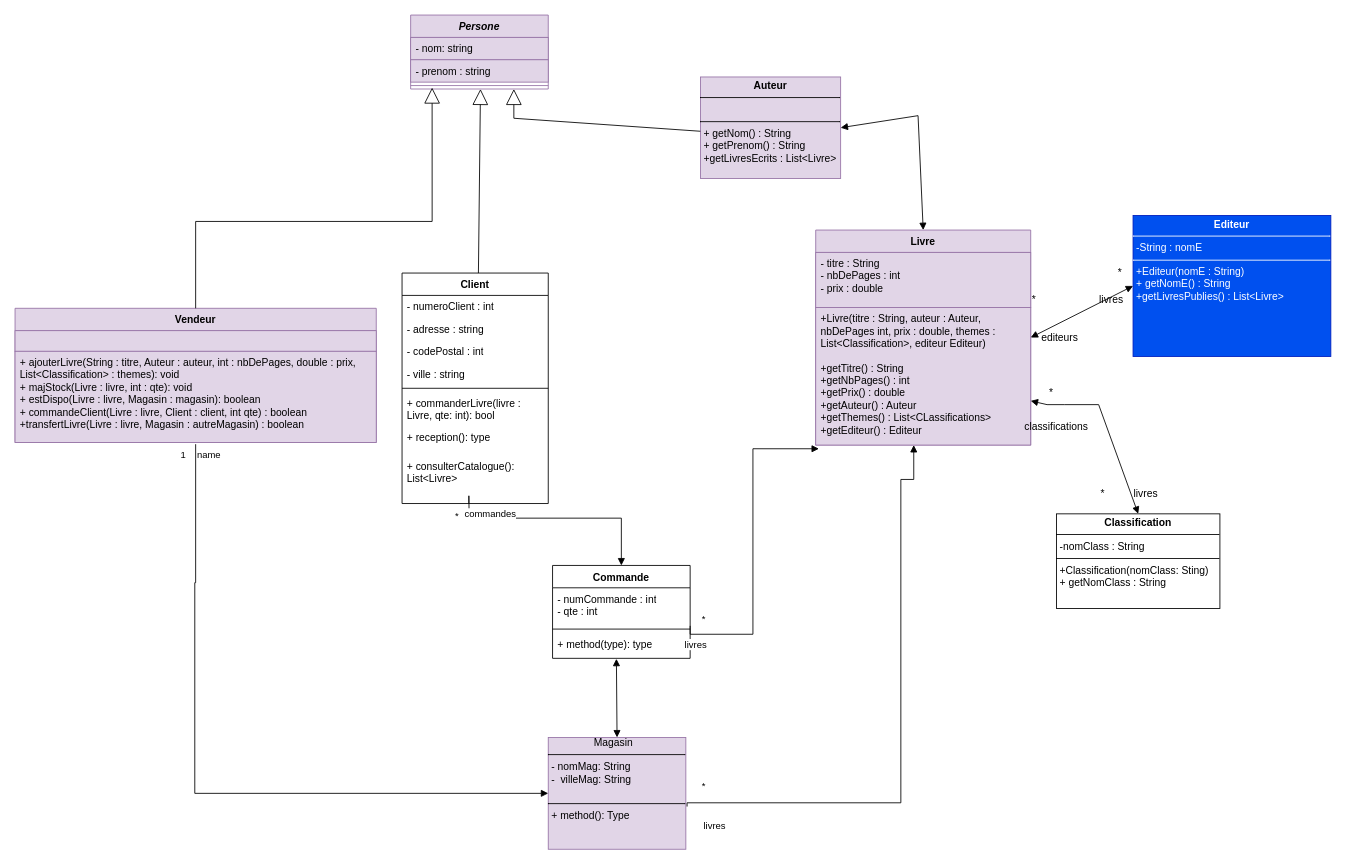
Above: diagrammedeclasse.drawio in NolhanDolou/SAE_JAVA (draw.io), before the change. Source tidied: cells renumbered, new cells numbered last; positions are measured from the earlier drawing's top-left corner, leaving out a move shared by most shapes. Both pictures are drawn from the tidied source at 86%, with x=0, y=0 at pixel (15, 15).
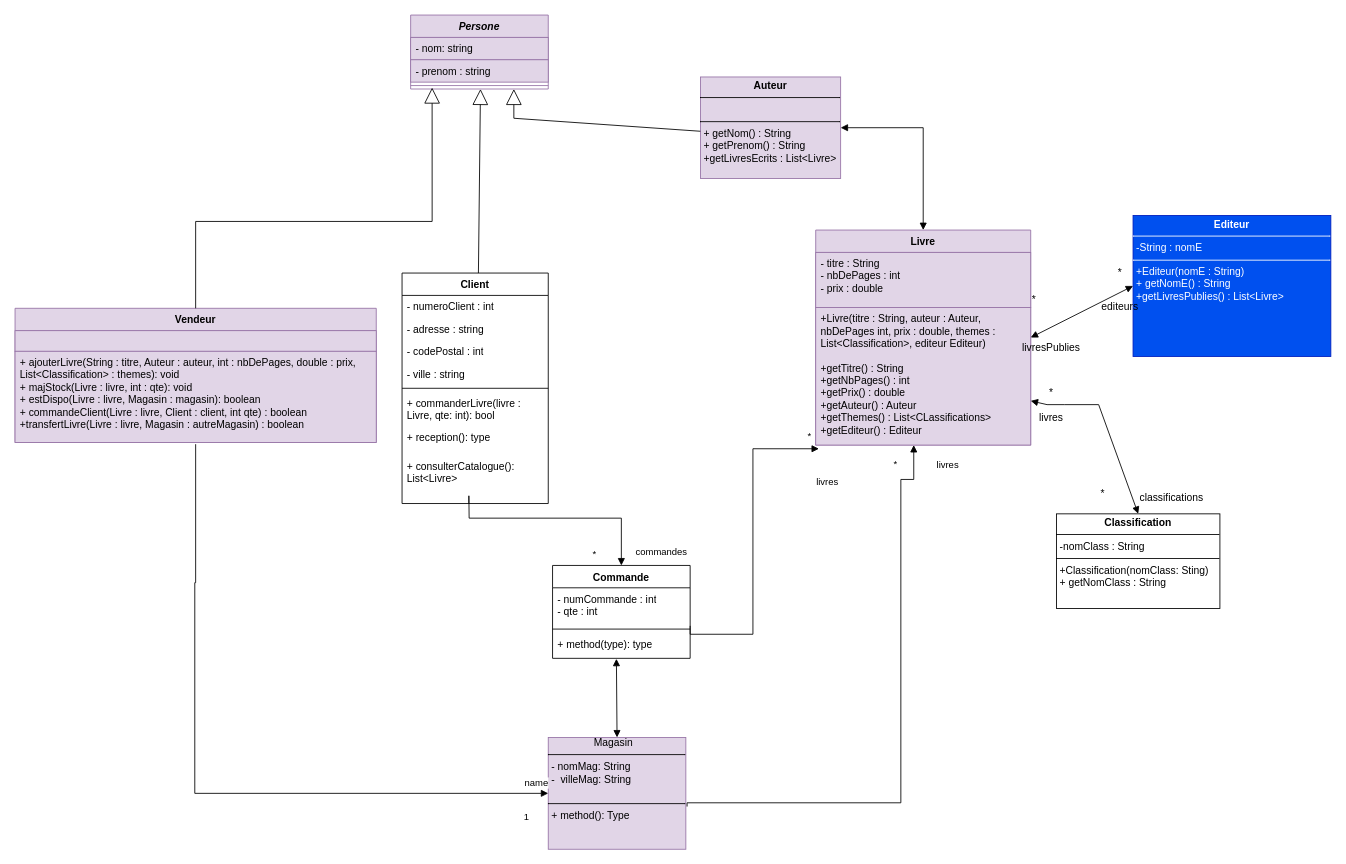
After the change.

Unchanged cells that the change refers to:
```xml
<mxCell id="14" value="+ consulterCatalogue(): List&amp;lt;Livre&amp;gt;" style="text;strokeColor=none;fillColor=none;align=left;verticalAlign=top;spacingLeft=4;spacingRight=4;overflow=hidden;points=[[0,0.5],[1,0.5]];portConstraint=eastwest;whiteSpace=wrap;html=1;" parent="6" vertex="1">
  <mxGeometry y="212" width="170" height="56" as="geometry" />
</mxCell>
<mxCell id="18" value="Livre" style="swimlane;fontStyle=1;align=center;verticalAlign=top;horizontal=1;startSize=26;whiteSpace=wrap;html=1;fillColor=#e1d5e7;strokeColor=#9673a6;" parent="1" vertex="1">
  <mxGeometry x="931" y="250" width="250" height="250" as="geometry" />
</mxCell>
<mxCell id="20" value="&lt;div&gt;+Livre(titre : String, auteur : Auteur, nbDePages int, prix : double, themes : List&amp;lt;Classification&amp;gt;, editeur Editeur)&lt;/div&gt;&lt;div&gt;&lt;br&gt;&lt;/div&gt;&lt;div&gt;+getTitre() : String&lt;/div&gt;&lt;div&gt;+getNbPages() : int&lt;/div&gt;&lt;div&gt;+getPrix() : double&lt;/div&gt;&lt;div&gt;+getAuteur() : Auteur&lt;/div&gt;&lt;div&gt;+getThemes() : List&amp;lt;CLassifications&amp;gt;&lt;/div&gt;&lt;div&gt;+getEditeur() : Editeur&lt;/div&gt;&lt;div&gt;&lt;br&gt;&lt;/div&gt;" style="text;strokeColor=#9673a6;fillColor=#e1d5e7;align=left;verticalAlign=top;spacingLeft=4;spacingRight=4;overflow=hidden;points=[[0,0.5],[1,0.5]];portConstraint=eastwest;whiteSpace=wrap;html=1;" parent="18" vertex="1">
  <mxGeometry y="90" width="250" height="160" as="geometry" />
</mxCell>
<mxCell id="21" value="Commande" style="swimlane;fontStyle=1;align=center;verticalAlign=top;horizontal=1;startSize=26;whiteSpace=wrap;html=1;" parent="1" vertex="1">
  <mxGeometry x="625" y="640" width="160" height="108" as="geometry" />
</mxCell>
<mxCell id="22" value="&lt;div&gt;- numCommande : int&lt;/div&gt;&lt;div&gt;- qte : int&lt;/div&gt;" style="text;strokeColor=none;fillColor=none;align=left;verticalAlign=top;spacingLeft=4;spacingRight=4;overflow=hidden;points=[[0,0.5],[1,0.5]];portConstraint=eastwest;whiteSpace=wrap;html=1;" parent="21" vertex="1">
  <mxGeometry y="26" width="160" height="44" as="geometry" />
</mxCell>
<mxCell id="27" value="&lt;div&gt;&lt;span style=&quot;white-space: pre;&quot;&gt;&#9;&lt;/span&gt;&lt;span style=&quot;white-space: pre;&quot;&gt;&#9;&lt;/span&gt;Magasin&lt;/div&gt;&lt;hr size=&quot;1&quot; style=&quot;border-style:solid;&quot;&gt;&lt;p style=&quot;margin:0px;margin-left:4px;&quot;&gt;- nomMag: String&lt;/p&gt;&lt;p style=&quot;margin:0px;margin-left:4px;&quot;&gt;-&amp;nbsp; villeMag: String&lt;/p&gt;&lt;p style=&quot;margin:0px;margin-left:4px;&quot;&gt;&lt;br&gt;&lt;/p&gt;&lt;hr size=&quot;1&quot; style=&quot;border-style:solid;&quot;&gt;&lt;p style=&quot;margin:0px;margin-left:4px;&quot;&gt;+ method(): Type&lt;/p&gt;" style="verticalAlign=top;align=left;overflow=fill;html=1;whiteSpace=wrap;fillColor=#e1d5e7;strokeColor=#9673a6;" parent="1" vertex="1">
  <mxGeometry x="620" y="840" width="160" height="130" as="geometry" />
</mxCell>
<mxCell id="28" value="&lt;p style=&quot;margin:0px;margin-top:4px;text-align:center;&quot;&gt;&lt;b&gt;Auteur&lt;/b&gt;&lt;/p&gt;&lt;hr size=&quot;1&quot; style=&quot;border-style:solid;&quot;&gt;&lt;br&gt;&lt;hr size=&quot;1&quot; style=&quot;border-style:solid;&quot;&gt;&lt;p style=&quot;margin:0px;margin-left:4px;&quot;&gt;+ getNom() : String &lt;br&gt;&lt;/p&gt;&lt;p style=&quot;margin:0px;margin-left:4px;&quot;&gt;+ getPrenom() : String&lt;/p&gt;&lt;p style=&quot;margin:0px;margin-left:4px;&quot;&gt;+getLivresEcrits : List&amp;lt;Livre&amp;gt;&lt;/p&gt;" style="verticalAlign=top;align=left;overflow=fill;html=1;whiteSpace=wrap;fillColor=#e1d5e7;strokeColor=#9673a6;" parent="1" vertex="1">
  <mxGeometry x="797" y="72" width="163" height="118" as="geometry" />
</mxCell>
```

Change to the diagram source:
```diff
@@
     <mxCell id="25" value="commandes" style="endArrow=block;endFill=1;html=1;edgeStyle=orthogonalEdgeStyle;align=left;verticalAlign=top;rounded=0;entryX=0.5;entryY=0;entryDx=0;entryDy=0;exitX=0.457;exitY=0.998;exitDx=0;exitDy=0;exitPerimeter=0;" parent="1" edge="1" source="14" target="21">
-      <mxGeometry x="-0.99" y="7" relative="1" as="geometry">
+      <mxGeometry x="0.78" y="15" relative="1" as="geometry">
         <Array as="points">
           <mxPoint x="528" y="559" />
           <mxPoint x="528" y="559" />
           <mxPoint x="528" y="585" />
           <mxPoint x="705" y="585" />
         </Array>
       </mxGeometry>
     </mxCell>
     <mxCell id="26" value="*" style="edgeLabel;html=1;align=left;verticalAlign=bottom;" parent="25" vertex="1">
       <mxGeometry x="-1" relative="1" as="geometry">
-        <mxPoint x="-18" y="23" as="offset" />
+        <mxPoint x="142" y="67" as="offset" />
       </mxGeometry>
     </mxCell>
@@
     <mxCell id="29" style="endArrow=block;startArrow=block;endFill=1;startFill=1;html=1;rounded=0;entryX=0.5;entryY=0;entryDx=0;entryDy=0;exitX=1;exitY=0.5;exitDx=0;exitDy=0;" parent="1" edge="1" source="28" target="18">
       <mxGeometry relative="1" as="geometry">
         <Array as="points">
-          <mxPoint x="1050" y="117" />
+          <mxPoint x="1056" y="131" />
         </Array>
       </mxGeometry>
     </mxCell>
@@
     <mxCell id="39" value="name" style="endArrow=block;endFill=1;html=1;edgeStyle=orthogonalEdgeStyle;align=left;verticalAlign=top;rounded=0;entryX=0;entryY=0.5;entryDx=0;entryDy=0;" parent="1" edge="1" target="27">
-      <mxGeometry x="-1" relative="1" as="geometry">
+      <mxGeometry x="0.93" y="25" relative="1" as="geometry">
         <mxPoint x="210" y="499" as="sourcePoint" />
         <Array as="points">
           <mxPoint x="210" y="660" />
           <mxPoint x="209" y="660" />
           <mxPoint x="209" y="905" />
         </Array>
       </mxGeometry>
     </mxCell>
     <mxCell id="40" value="1" style="edgeLabel;html=1;align=left;verticalAlign=bottom;" parent="39" vertex="1">
       <mxGeometry x="-1" relative="1" as="geometry">
-        <mxPoint x="-19" y="21" as="offset" />
+        <mxPoint x="380" y="441" as="offset" />
       </mxGeometry>
     </mxCell>
     <mxCell id="41" value="livres" style="endArrow=block;endFill=1;html=1;edgeStyle=orthogonalEdgeStyle;align=left;verticalAlign=top;rounded=0;exitX=1;exitY=1.005;exitDx=0;exitDy=0;exitPerimeter=0;entryX=0.015;entryY=1.027;entryDx=0;entryDy=0;entryPerimeter=0;" parent="1" edge="1" source="22" target="20">
-      <mxGeometry x="-0.95" y="-8" relative="1" as="geometry" />
+      <mxGeometry x="0.97" y="-26" relative="1" as="geometry" />
     </mxCell>
     <mxCell id="42" value="*" style="edgeLabel;html=1;align=left;verticalAlign=bottom;" parent="41" vertex="1">
       <mxGeometry x="-1" relative="1" as="geometry">
-        <mxPoint x="12" as="offset" />
+        <mxPoint x="135" y="-213" as="offset" />
       </mxGeometry>
     </mxCell>
     <mxCell id="43" value="livres" style="endArrow=block;endFill=1;html=1;edgeStyle=orthogonalEdgeStyle;align=left;verticalAlign=top;rounded=0;exitX=1.009;exitY=0.618;exitDx=0;exitDy=0;exitPerimeter=0;" parent="1" edge="1" source="27">
-      <mxGeometry x="-0.94" y="-14" relative="1" as="geometry">
+      <mxGeometry x="0.97" y="-25" relative="1" as="geometry">
         <mxPoint x="1045" y="500" as="targetPoint" />
         <Array as="points">
           <mxPoint x="781" y="916" />
           <mxPoint x="1030" y="916" />
           <mxPoint x="1030" y="540" />
           <mxPoint x="1045" y="540" />
         </Array>
-        <mxPoint x="1" as="offset" />
       </mxGeometry>
     </mxCell>
     <mxCell id="44" value="&lt;div&gt;*&lt;/div&gt;" style="edgeLabel;html=1;align=left;verticalAlign=bottom;" parent="43" vertex="1">
       <mxGeometry x="-1" relative="1" as="geometry">
-        <mxPoint x="16" y="-15" as="offset" />
+        <mxPoint x="239" y="-390" as="offset" />
       </mxGeometry>
     </mxCell>
@@
     <mxCell id="47" value="editeurs" style="text;html=1;align=center;verticalAlign=middle;whiteSpace=wrap;rounded=0;" parent="1" vertex="1">
-      <mxGeometry x="1200" y="365" width="30" height="20" as="geometry" />
+      <mxGeometry x="1270" y="330" width="30" height="20" as="geometry" />
     </mxCell>
-    <mxCell id="48" value="livres" style="text;html=1;align=center;verticalAlign=middle;whiteSpace=wrap;rounded=0;" parent="1" vertex="1">
-      <mxGeometry x="1260" y="321" width="30" height="20" as="geometry" />
+    <mxCell id="48" value="livresPublies" style="text;html=1;align=center;verticalAlign=middle;whiteSpace=wrap;rounded=0;" parent="1" vertex="1">
+      <mxGeometry x="1190" y="377" width="30" height="20" as="geometry" />
     </mxCell>
@@
     <mxCell id="50" value="classifications" style="text;html=1;align=center;verticalAlign=middle;whiteSpace=wrap;rounded=0;" parent="1" vertex="1">
-      <mxGeometry x="1196" y="460" width="30" height="38" as="geometry" />
+      <mxGeometry x="1330" y="542" width="30" height="38" as="geometry" />
     </mxCell>
@@
     <mxCell id="52" value="livres" style="text;html=1;align=center;verticalAlign=middle;whiteSpace=wrap;rounded=0;" parent="1" vertex="1">
-      <mxGeometry x="1300" y="537.5" width="30" height="38" as="geometry" />
+      <mxGeometry x="1190" y="450" width="30" height="38" as="geometry" />
     </mxCell>
```
